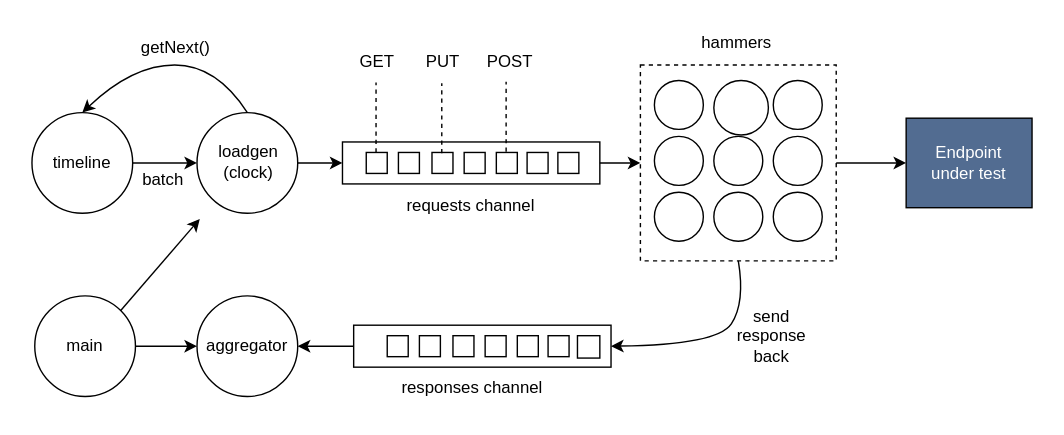
Earlier version of the draw.io export docs/replaylogs.svg (ferdingler/go-hammer). Source tidied: cells renumbered, new cells last; positions are measured from the earlier drawing's top-left corner, leaving out a move shared by most shapes. The source it was exported from:
```xml
<mxGraphModel>
  <root>
    <mxCell id="0" />
    <mxCell id="1" parent="0" />
    <mxCell id="2" style="rounded=0;whiteSpace=wrap;html=1;strokeColor=none;fillColor=none;fontColor=#000000;" parent="1" vertex="1">
      <mxGeometry width="759" height="310" as="geometry" />
    </mxCell>
    <mxCell id="3" style="edgeStyle=orthogonalEdgeStyle;rounded=0;jettySize=auto;html=1;entryX=0;entryY=0.5;entryDx=0;entryDy=0;" parent="1" edge="1" source="31" target="22">
      <mxGeometry relative="1" as="geometry" />
    </mxCell>
    <mxCell id="4" style="edgeStyle=orthogonalEdgeStyle;rounded=0;jettySize=auto;html=1;entryX=0;entryY=0.5;entryDx=0;entryDy=0;fontColor=#FFFFFF;" parent="1" edge="1" source="5" target="18">
      <mxGeometry relative="1" as="geometry" />
    </mxCell>
    <mxCell id="5" style="whiteSpace=wrap;html=1;fillColor=none;dashed=1;" parent="1" vertex="1">
      <mxGeometry x="457" y="46" width="140" height="140" as="geometry" />
    </mxCell>
    <mxCell id="6" style="edgeStyle=orthogonalEdgeStyle;rounded=0;jettySize=auto;html=1;entryX=0;entryY=0.5;entryDx=0;entryDy=0;" parent="1" edge="1" source="22" target="5">
      <mxGeometry relative="1" as="geometry" />
    </mxCell>
    <mxCell id="7" style="ellipse;whiteSpace=wrap;html=1;" parent="1" vertex="1">
      <mxGeometry x="467" y="57" width="35" height="35" as="geometry" />
    </mxCell>
    <mxCell id="8" style="ellipse;whiteSpace=wrap;html=1;" parent="1" vertex="1">
      <mxGeometry x="467" y="97" width="35" height="35" as="geometry" />
    </mxCell>
    <mxCell id="9" style="ellipse;whiteSpace=wrap;html=1;" parent="1" vertex="1">
      <mxGeometry x="467" y="137" width="35" height="35" as="geometry" />
    </mxCell>
    <mxCell id="10" value="hammers" style="text;html=1;strokeColor=none;fillColor=none;align=center;verticalAlign=middle;whiteSpace=wrap;rounded=0;" parent="1" vertex="1">
      <mxGeometry x="506" y="20" width="40" height="20" as="geometry" />
    </mxCell>
    <mxCell id="11" style="ellipse;whiteSpace=wrap;html=1;" parent="1" vertex="1">
      <mxGeometry x="509.5" y="57" width="39" height="39" as="geometry" />
    </mxCell>
    <mxCell id="12" style="ellipse;whiteSpace=wrap;html=1;" parent="1" vertex="1">
      <mxGeometry x="509.5" y="97" width="35" height="35" as="geometry" />
    </mxCell>
    <mxCell id="13" style="ellipse;whiteSpace=wrap;html=1;" parent="1" vertex="1">
      <mxGeometry x="509.5" y="137" width="35" height="35" as="geometry" />
    </mxCell>
    <mxCell id="14" style="ellipse;whiteSpace=wrap;html=1;" parent="1" vertex="1">
      <mxGeometry x="552" y="57" width="35" height="35" as="geometry" />
    </mxCell>
    <mxCell id="15" style="ellipse;whiteSpace=wrap;html=1;" parent="1" vertex="1">
      <mxGeometry x="552" y="97" width="35" height="35" as="geometry" />
    </mxCell>
    <mxCell id="16" style="ellipse;whiteSpace=wrap;html=1;" parent="1" vertex="1">
      <mxGeometry x="552" y="137" width="35" height="35" as="geometry" />
    </mxCell>
    <mxCell id="17" value="requests channel" style="text;html=1;strokeColor=none;fillColor=none;align=center;verticalAlign=middle;whiteSpace=wrap;rounded=0;" parent="1" vertex="1">
      <mxGeometry x="276" y="137" width="120" height="20" as="geometry" />
    </mxCell>
    <mxCell id="18" value="Endpoint&lt;br&gt;under test" style="whiteSpace=wrap;html=1;fillColor=#526C91;strokeColor=#000000;fontColor=#FFFFFF;" parent="1" vertex="1">
      <mxGeometry x="647" y="84" width="90" height="64" as="geometry" />
    </mxCell>
    <mxCell id="19" style="edgeStyle=orthogonalEdgeStyle;rounded=0;jettySize=auto;html=1;entryX=0;entryY=0.5;entryDx=0;entryDy=0;fontColor=#000000;" parent="1" edge="1" source="20" target="31">
      <mxGeometry relative="1" as="geometry" />
    </mxCell>
    <mxCell id="20" value="timeline" style="ellipse;whiteSpace=wrap;html=1;" parent="1" vertex="1">
      <mxGeometry x="22" y="80" width="72" height="72" as="geometry" />
    </mxCell>
    <mxCell id="21" value="getNext()" style="text;html=1;strokeColor=none;fillColor=none;align=center;verticalAlign=middle;whiteSpace=wrap;rounded=0;fontColor=#000000;" parent="1" vertex="1">
      <mxGeometry x="105" y="24" width="40" height="20" as="geometry" />
    </mxCell>
    <mxCell id="22" style="rounded=0;whiteSpace=wrap;html=1;fillColor=none;" parent="1" vertex="1">
      <mxGeometry x="244" y="101" width="184" height="30" as="geometry" />
    </mxCell>
    <mxCell id="23" style="rounded=0;whiteSpace=wrap;html=1;fillColor=none;" parent="1" vertex="1">
      <mxGeometry x="261" y="108.5" width="15" height="15" as="geometry" />
    </mxCell>
    <mxCell id="24" style="rounded=0;whiteSpace=wrap;html=1;fillColor=none;" parent="1" vertex="1">
      <mxGeometry x="284" y="108.5" width="15" height="15" as="geometry" />
    </mxCell>
    <mxCell id="25" style="rounded=0;whiteSpace=wrap;html=1;fillColor=none;" parent="1" vertex="1">
      <mxGeometry x="308" y="108.5" width="15" height="15" as="geometry" />
    </mxCell>
    <mxCell id="26" style="rounded=0;whiteSpace=wrap;html=1;fillColor=none;" parent="1" vertex="1">
      <mxGeometry x="331" y="108.5" width="15" height="15" as="geometry" />
    </mxCell>
    <mxCell id="27" style="rounded=0;whiteSpace=wrap;html=1;fillColor=none;" parent="1" vertex="1">
      <mxGeometry x="354" y="108.5" width="15" height="15" as="geometry" />
    </mxCell>
    <mxCell id="28" style="rounded=0;whiteSpace=wrap;html=1;fillColor=none;" parent="1" vertex="1">
      <mxGeometry x="376" y="108.5" width="15" height="15" as="geometry" />
    </mxCell>
    <mxCell id="29" style="rounded=0;whiteSpace=wrap;html=1;fillColor=none;" parent="1" vertex="1">
      <mxGeometry x="398" y="108.5" width="15" height="15" as="geometry" />
    </mxCell>
    <mxCell id="30" style="group;" parent="1" vertex="1">
      <mxGeometry x="140" y="80" width="72" height="72" as="geometry" />
    </mxCell>
    <mxCell id="31" style="ellipse;whiteSpace=wrap;html=1;" parent="30" vertex="1">
      <mxGeometry width="72" height="72" as="geometry" />
    </mxCell>
    <mxCell id="32" value="loadgen&lt;br&gt;(clock)" style="text;html=1;strokeColor=none;fillColor=none;align=center;verticalAlign=middle;whiteSpace=wrap;rounded=0;" parent="30" vertex="1">
      <mxGeometry x="17" y="24.5" width="40" height="20" as="geometry" />
    </mxCell>
    <mxCell id="33" style="curved=1;endArrow=classic;html=1;fontColor=#000000;exitX=0.5;exitY=0;exitDx=0;exitDy=0;entryX=0.5;entryY=0;entryDx=0;entryDy=0;" parent="1" edge="1" source="31" target="20">
      <mxGeometry relative="1" as="geometry">
        <Array as="points">
          <mxPoint x="154" y="46" />
          <mxPoint x="94" y="46" />
        </Array>
      </mxGeometry>
    </mxCell>
    <mxCell id="34" value="batch" style="text;html=1;strokeColor=none;fillColor=none;align=center;verticalAlign=middle;whiteSpace=wrap;rounded=0;fontColor=#000000;" parent="1" vertex="1">
      <mxGeometry x="96" y="118" width="40" height="20" as="geometry" />
    </mxCell>
    <mxCell id="35" style="endArrow=none;dashed=1;html=1;fontColor=#000000;" parent="1" edge="1">
      <mxGeometry relative="1" as="geometry">
        <mxPoint x="268" y="108.5" as="sourcePoint" />
        <mxPoint x="268" y="58.5" as="targetPoint" />
      </mxGeometry>
    </mxCell>
    <mxCell id="36" value="GET" style="text;html=1;strokeColor=none;fillColor=none;align=center;verticalAlign=middle;whiteSpace=wrap;rounded=0;" parent="1" vertex="1">
      <mxGeometry x="249.5" y="34" width="38" height="20" as="geometry" />
    </mxCell>
    <mxCell id="37" style="endArrow=none;dashed=1;html=1;fontColor=#000000;" parent="1" edge="1">
      <mxGeometry relative="1" as="geometry">
        <mxPoint x="315" y="109" as="sourcePoint" />
        <mxPoint x="315" y="59" as="targetPoint" />
      </mxGeometry>
    </mxCell>
    <mxCell id="38" value="PUT" style="text;html=1;strokeColor=none;fillColor=none;align=center;verticalAlign=middle;whiteSpace=wrap;rounded=0;" parent="1" vertex="1">
      <mxGeometry x="297" y="34" width="38" height="20" as="geometry" />
    </mxCell>
    <mxCell id="39" style="endArrow=none;dashed=1;html=1;fontColor=#000000;" parent="1" edge="1">
      <mxGeometry relative="1" as="geometry">
        <mxPoint x="361" y="108" as="sourcePoint" />
        <mxPoint x="361" y="58" as="targetPoint" />
      </mxGeometry>
    </mxCell>
    <mxCell id="40" value="POST" style="text;html=1;strokeColor=none;fillColor=none;align=center;verticalAlign=middle;whiteSpace=wrap;rounded=0;" parent="1" vertex="1">
      <mxGeometry x="344.5" y="34" width="38" height="20" as="geometry" />
    </mxCell>
    <mxCell id="41" value="aggregator" style="ellipse;whiteSpace=wrap;html=1;" parent="1" vertex="1">
      <mxGeometry x="140" y="211" width="72" height="72" as="geometry" />
    </mxCell>
    <mxCell id="42" style="edgeStyle=orthogonalEdgeStyle;rounded=0;jettySize=auto;html=1;entryX=1;entryY=0.5;entryDx=0;entryDy=0;fontColor=#000000;" parent="1" edge="1" source="43" target="41">
      <mxGeometry relative="1" as="geometry" />
    </mxCell>
    <mxCell id="43" style="rounded=0;whiteSpace=wrap;html=1;fillColor=none;" parent="1" vertex="1">
      <mxGeometry x="252" y="232" width="184" height="30" as="geometry" />
    </mxCell>
    <mxCell id="44" style="edgeStyle=orthogonalEdgeStyle;rounded=0;jettySize=auto;html=1;entryX=0;entryY=0.5;entryDx=0;entryDy=0;fontColor=#000000;" parent="1" edge="1" source="45" target="41">
      <mxGeometry relative="1" as="geometry" />
    </mxCell>
    <mxCell id="45" value="main" style="ellipse;whiteSpace=wrap;html=1;" parent="1" vertex="1">
      <mxGeometry x="24" y="211" width="72" height="72" as="geometry" />
    </mxCell>
    <mxCell id="46" style="endArrow=classic;html=1;fontColor=#000000;exitX=1;exitY=0;exitDx=0;exitDy=0;" parent="1" edge="1" source="45">
      <mxGeometry relative="1" as="geometry">
        <mxPoint x="142" y="156" as="targetPoint" />
      </mxGeometry>
    </mxCell>
    <mxCell id="47" style="curved=1;endArrow=classic;html=1;fontColor=#000000;exitX=0.5;exitY=1;exitDx=0;exitDy=0;entryX=1;entryY=0.5;entryDx=0;entryDy=0;" parent="1" edge="1" source="5" target="43">
      <mxGeometry relative="1" as="geometry">
        <Array as="points">
          <mxPoint x="532" y="216" />
          <mxPoint x="512" y="246" />
        </Array>
      </mxGeometry>
    </mxCell>
    <mxCell id="48" value="send&lt;br&gt;response&lt;br&gt;back" style="text;html=1;strokeColor=none;fillColor=none;align=center;verticalAlign=middle;whiteSpace=wrap;rounded=0;fontColor=#000000;" parent="1" vertex="1">
      <mxGeometry x="531" y="230" width="40" height="20" as="geometry" />
    </mxCell>
    <mxCell id="49" style="rounded=0;whiteSpace=wrap;html=1;fillColor=none;" parent="1" vertex="1">
      <mxGeometry x="412" y="239.5" width="16" height="16" as="geometry" />
    </mxCell>
    <mxCell id="50" style="rounded=0;whiteSpace=wrap;html=1;fillColor=none;" parent="1" vertex="1">
      <mxGeometry x="391" y="239.5" width="15" height="15" as="geometry" />
    </mxCell>
    <mxCell id="51" style="rounded=0;whiteSpace=wrap;html=1;fillColor=none;" parent="1" vertex="1">
      <mxGeometry x="369" y="239.5" width="15" height="15" as="geometry" />
    </mxCell>
    <mxCell id="52" style="rounded=0;whiteSpace=wrap;html=1;fillColor=none;" parent="1" vertex="1">
      <mxGeometry x="346" y="239.5" width="15" height="15" as="geometry" />
    </mxCell>
    <mxCell id="53" style="rounded=0;whiteSpace=wrap;html=1;fillColor=none;" parent="1" vertex="1">
      <mxGeometry x="323" y="239.5" width="15" height="15" as="geometry" />
    </mxCell>
    <mxCell id="54" style="rounded=0;whiteSpace=wrap;html=1;fillColor=none;" parent="1" vertex="1">
      <mxGeometry x="299" y="239.5" width="15" height="15" as="geometry" />
    </mxCell>
    <mxCell id="55" style="rounded=0;whiteSpace=wrap;html=1;fillColor=none;" parent="1" vertex="1">
      <mxGeometry x="276" y="239.5" width="15" height="15" as="geometry" />
    </mxCell>
    <mxCell id="56" value="responses channel" style="text;html=1;strokeColor=none;fillColor=none;align=center;verticalAlign=middle;whiteSpace=wrap;rounded=0;" parent="1" vertex="1">
      <mxGeometry x="277" y="267" width="120" height="20" as="geometry" />
    </mxCell>
  </root>
</mxGraphModel>
```
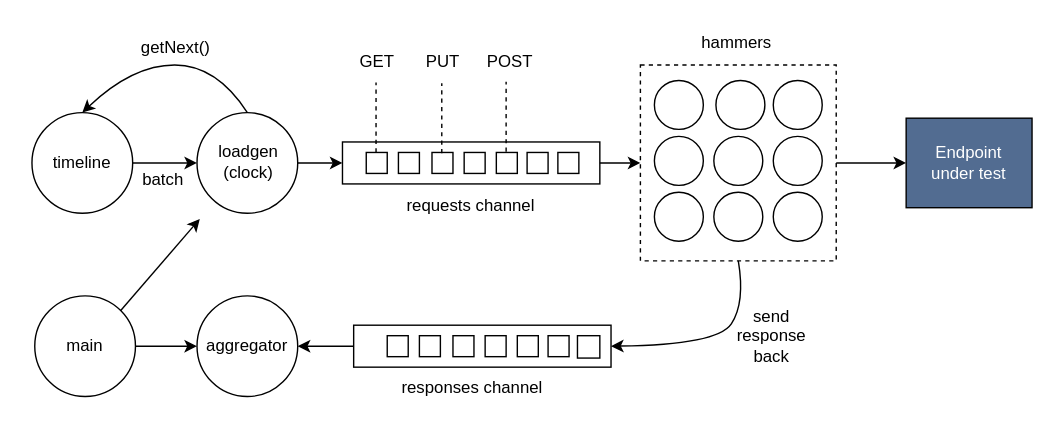
After the commit.

Change to the diagram source:
```diff
@@ -29,9 +29,6 @@
     <mxCell id="10" value="hammers" style="text;html=1;strokeColor=none;fillColor=none;align=center;verticalAlign=middle;whiteSpace=wrap;rounded=0;" parent="1" vertex="1">
       <mxGeometry x="506" y="20" width="40" height="20" as="geometry" />
     </mxCell>
-    <mxCell id="11" style="ellipse;whiteSpace=wrap;html=1;" parent="1" vertex="1">
-      <mxGeometry x="509.5" y="57" width="39" height="39" as="geometry" />
-    </mxCell>
     <mxCell id="12" style="ellipse;whiteSpace=wrap;html=1;" parent="1" vertex="1">
       <mxGeometry x="509.5" y="97" width="35" height="35" as="geometry" />
     </mxCell>
@@ -188,5 +185,8 @@
     <mxCell id="56" value="responses channel" style="text;html=1;strokeColor=none;fillColor=none;align=center;verticalAlign=middle;whiteSpace=wrap;rounded=0;" parent="1" vertex="1">
       <mxGeometry x="277" y="267" width="120" height="20" as="geometry" />
     </mxCell>
+    <mxCell id="57" style="ellipse;whiteSpace=wrap;html=1;" parent="1" vertex="1">
+      <mxGeometry x="511" y="57" width="35" height="35" as="geometry" />
+    </mxCell>
   </root>
 </mxGraphModel>
```
